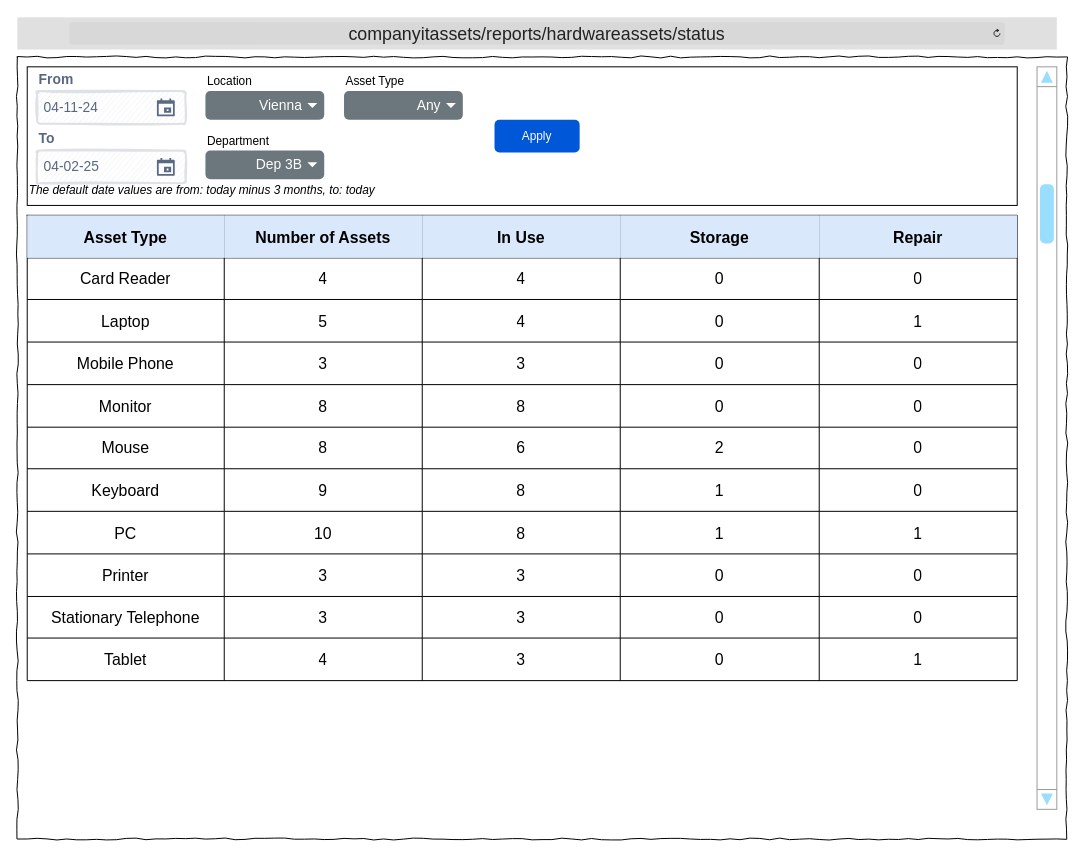
This is Wireframes/ITAT_Reports_HWStatus.drawio from TRed91/ITAssetTracking, a draw.io file, before an edit. Source tidied: cells renumbered, new cells numbered last; positions are measured from the earlier drawing's top-left corner, leaving out a move shared by most shapes. Both pictures are drawn from the tidied source at 99%, with x=0, y=0 at pixel (17, 17).
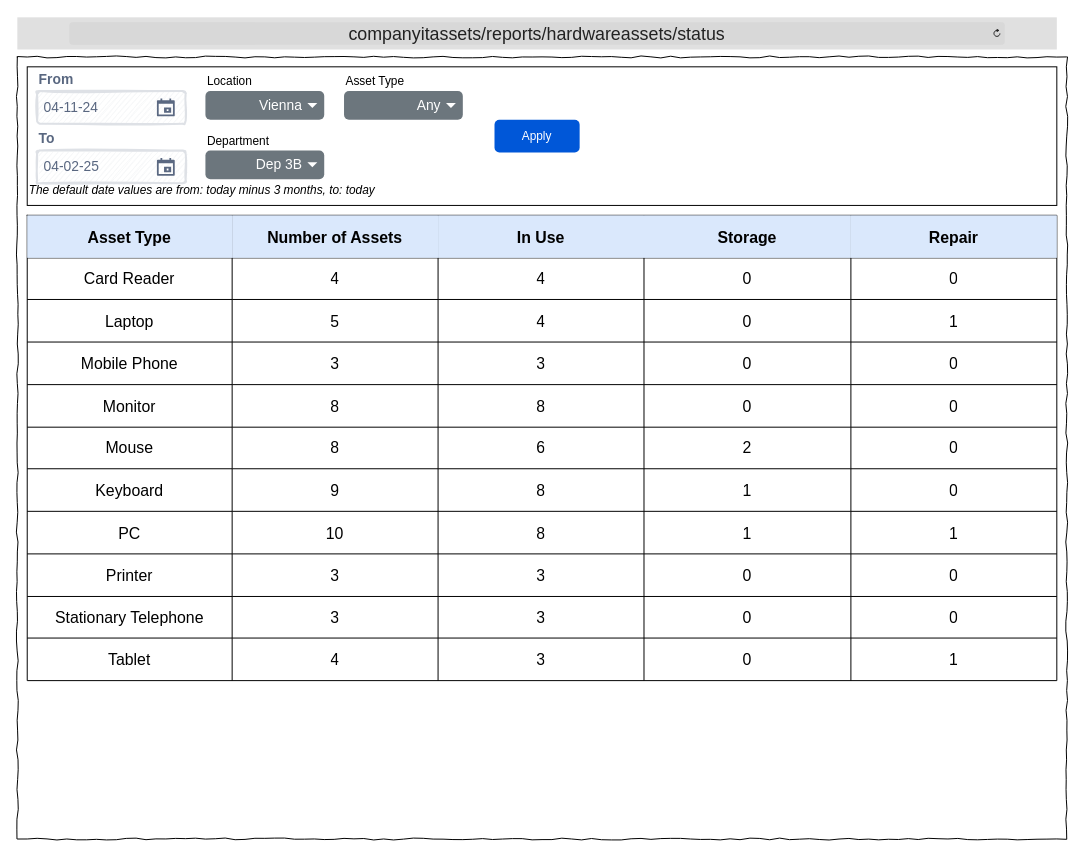
After the change.

Change to the diagram source:
```diff
@@
     <mxCell id="3" style="rounded=0;whiteSpace=wrap;html=1;fillColor=none;" parent="1" vertex="1">
-      <mxGeometry x="10" y="50" width="1000" height="140" as="geometry" />
+      <mxGeometry x="10" y="50" width="1040" height="140" as="geometry" />
     </mxCell>
@@
     <mxCell id="13" style="shape=table;startSize=0;childLayout=tableLayout;strokeColor=default;fontSize=20;fontStyle=1;align=left;" parent="1" vertex="1">
-      <mxGeometry x="10" y="200" width="1000" height="470" as="geometry" />
+      <mxGeometry x="10" y="200" width="1040" height="470" as="geometry" />
     </mxCell>
     <mxCell id="14" style="shape=tableRow;horizontal=0;startSize=0;swimlaneHead=0;swimlaneBody=0;strokeColor=inherit;top=0;left=0;bottom=0;right=0;fillColor=none;fontSize=16;" parent="13" vertex="1">
-      <mxGeometry width="1000" height="43" as="geometry" />
+      <mxGeometry width="1040" height="43" as="geometry" />
     </mxCell>
     <mxCell id="15" value="&lt;b&gt;Asset Type&lt;/b&gt;" style="shape=partialRectangle;html=1;whiteSpace=wrap;strokeColor=#6c8ebf;overflow=hidden;fillColor=#dae8fc;top=0;left=0;bottom=0;right=0;fontSize=16;" parent="14" vertex="1">
-      <mxGeometry width="199" height="43" as="geometry" />
+      <mxGeometry width="207" height="43" as="geometry" />
     </mxCell>
     <mxCell id="16" value="&lt;b&gt;Number of Assets&lt;/b&gt;" style="shape=partialRectangle;html=1;whiteSpace=wrap;strokeColor=#6c8ebf;overflow=hidden;fillColor=#dae8fc;top=0;left=0;bottom=0;right=0;fontSize=16;" parent="14" vertex="1">
-      <mxGeometry x="199" width="200" height="43" as="geometry" />
+      <mxGeometry x="207" width="208" height="43" as="geometry" />
     </mxCell>
     <mxCell id="17" value="&lt;b&gt;In Use&lt;/b&gt;" style="shape=partialRectangle;html=1;whiteSpace=wrap;strokeColor=#6c8ebf;overflow=hidden;fillColor=#dae8fc;top=0;left=0;bottom=0;right=0;fontSize=16;" parent="14" vertex="1">
-      <mxGeometry x="399" width="200" height="43" as="geometry" />
+      <mxGeometry x="415" width="208" height="43" as="geometry" />
     </mxCell>
     <mxCell id="18" value="&lt;b&gt;Storage&lt;/b&gt;" style="shape=partialRectangle;html=1;whiteSpace=wrap;strokeColor=#6c8ebf;overflow=hidden;fillColor=#dae8fc;top=0;left=0;bottom=0;right=0;fontSize=16;" parent="14" vertex="1">
-      <mxGeometry x="599" width="201" height="43" as="geometry" />
+      <mxGeometry x="623" width="209" height="43" as="geometry" />
     </mxCell>
     <mxCell id="19" value="&lt;b&gt;Repair&lt;/b&gt;" style="shape=partialRectangle;html=1;whiteSpace=wrap;strokeColor=#6c8ebf;overflow=hidden;fillColor=#dae8fc;top=0;left=0;bottom=0;right=0;fontSize=16;" parent="14" vertex="1">
-      <mxGeometry x="800" width="200" height="43" as="geometry" />
+      <mxGeometry x="832" width="208" height="43" as="geometry" />
     </mxCell>
     <mxCell id="20" style="shape=tableRow;horizontal=0;startSize=0;swimlaneHead=0;swimlaneBody=0;strokeColor=inherit;top=0;left=0;bottom=0;right=0;fillColor=none;fontSize=16;" parent="13" vertex="1">
-      <mxGeometry y="43" width="1000" height="42" as="geometry" />
+      <mxGeometry y="43" width="1040" height="42" as="geometry" />
     </mxCell>
     <mxCell id="21" value="Card Reader" style="shape=partialRectangle;html=1;whiteSpace=wrap;strokeColor=inherit;overflow=hidden;fillColor=none;top=0;left=0;bottom=0;right=0;fontSize=16;" parent="20" vertex="1">
-      <mxGeometry width="199" height="42" as="geometry" />
+      <mxGeometry width="207" height="42" as="geometry" />
     </mxCell>
     <mxCell id="22" value="4" style="shape=partialRectangle;html=1;whiteSpace=wrap;strokeColor=inherit;overflow=hidden;fillColor=none;top=0;left=0;bottom=0;right=0;fontSize=16;" parent="20" vertex="1">
-      <mxGeometry x="199" width="200" height="42" as="geometry" />
+      <mxGeometry x="207" width="208" height="42" as="geometry" />
     </mxCell>
     <mxCell id="23" value="4" style="shape=partialRectangle;html=1;whiteSpace=wrap;strokeColor=inherit;overflow=hidden;fillColor=none;top=0;left=0;bottom=0;right=0;fontSize=16;" parent="20" vertex="1">
-      <mxGeometry x="399" width="200" height="42" as="geometry" />
+      <mxGeometry x="415" width="208" height="42" as="geometry" />
     </mxCell>
     <mxCell id="24" value="0" style="shape=partialRectangle;html=1;whiteSpace=wrap;strokeColor=inherit;overflow=hidden;fillColor=none;top=0;left=0;bottom=0;right=0;fontSize=16;" parent="20" vertex="1">
-      <mxGeometry x="599" width="201" height="42" as="geometry" />
+      <mxGeometry x="623" width="209" height="42" as="geometry" />
     </mxCell>
     <mxCell id="25" value="0" style="shape=partialRectangle;html=1;whiteSpace=wrap;strokeColor=inherit;overflow=hidden;fillColor=none;top=0;left=0;bottom=0;right=0;fontSize=16;" parent="20" vertex="1">
-      <mxGeometry x="800" width="200" height="42" as="geometry" />
+      <mxGeometry x="832" width="208" height="42" as="geometry" />
     </mxCell>
     <mxCell id="26" style="shape=tableRow;horizontal=0;startSize=0;swimlaneHead=0;swimlaneBody=0;strokeColor=inherit;top=0;left=0;bottom=0;right=0;fillColor=none;fontSize=16;" parent="13" vertex="1">
-      <mxGeometry y="85" width="1000" height="43" as="geometry" />
+      <mxGeometry y="85" width="1040" height="43" as="geometry" />
     </mxCell>
     <mxCell id="27" value="Laptop" style="shape=partialRectangle;html=1;whiteSpace=wrap;strokeColor=inherit;overflow=hidden;fillColor=none;top=0;left=0;bottom=0;right=0;fontSize=16;" parent="26" vertex="1">
-      <mxGeometry width="199" height="43" as="geometry" />
+      <mxGeometry width="207" height="43" as="geometry" />
     </mxCell>
     <mxCell id="28" value="5" style="shape=partialRectangle;html=1;whiteSpace=wrap;strokeColor=inherit;overflow=hidden;fillColor=none;top=0;left=0;bottom=0;right=0;fontSize=16;" parent="26" vertex="1">
-      <mxGeometry x="199" width="200" height="43" as="geometry" />
+      <mxGeometry x="207" width="208" height="43" as="geometry" />
     </mxCell>
     <mxCell id="29" value="4" style="shape=partialRectangle;html=1;whiteSpace=wrap;strokeColor=inherit;overflow=hidden;fillColor=none;top=0;left=0;bottom=0;right=0;fontSize=16;" parent="26" vertex="1">
-      <mxGeometry x="399" width="200" height="43" as="geometry" />
+      <mxGeometry x="415" width="208" height="43" as="geometry" />
     </mxCell>
     <mxCell id="30" value="0" style="shape=partialRectangle;html=1;whiteSpace=wrap;strokeColor=inherit;overflow=hidden;fillColor=none;top=0;left=0;bottom=0;right=0;fontSize=16;" parent="26" vertex="1">
-      <mxGeometry x="599" width="201" height="43" as="geometry" />
+      <mxGeometry x="623" width="209" height="43" as="geometry" />
     </mxCell>
     <mxCell id="31" value="1" style="shape=partialRectangle;html=1;whiteSpace=wrap;strokeColor=inherit;overflow=hidden;fillColor=none;top=0;left=0;bottom=0;right=0;fontSize=16;" parent="26" vertex="1">
-      <mxGeometry x="800" width="200" height="43" as="geometry" />
+      <mxGeometry x="832" width="208" height="43" as="geometry" />
     </mxCell>
     <mxCell id="32" style="shape=tableRow;horizontal=0;startSize=0;swimlaneHead=0;swimlaneBody=0;strokeColor=inherit;top=0;left=0;bottom=0;right=0;fillColor=none;fontSize=16;" parent="13" vertex="1">
-      <mxGeometry y="128" width="1000" height="43" as="geometry" />
+      <mxGeometry y="128" width="1040" height="43" as="geometry" />
     </mxCell>
     <mxCell id="33" value="Mobile Phone" style="shape=partialRectangle;html=1;whiteSpace=wrap;strokeColor=inherit;overflow=hidden;fillColor=none;top=0;left=0;bottom=0;right=0;fontSize=16;" parent="32" vertex="1">
-      <mxGeometry width="199" height="43" as="geometry" />
+      <mxGeometry width="207" height="43" as="geometry" />
     </mxCell>
     <mxCell id="34" value="3" style="shape=partialRectangle;html=1;whiteSpace=wrap;strokeColor=inherit;overflow=hidden;fillColor=none;top=0;left=0;bottom=0;right=0;fontSize=16;" parent="32" vertex="1">
-      <mxGeometry x="199" width="200" height="43" as="geometry" />
+      <mxGeometry x="207" width="208" height="43" as="geometry" />
     </mxCell>
     <mxCell id="35" value="3" style="shape=partialRectangle;html=1;whiteSpace=wrap;strokeColor=inherit;overflow=hidden;fillColor=none;top=0;left=0;bottom=0;right=0;fontSize=16;" parent="32" vertex="1">
-      <mxGeometry x="399" width="200" height="43" as="geometry" />
+      <mxGeometry x="415" width="208" height="43" as="geometry" />
     </mxCell>
     <mxCell id="36" value="0" style="shape=partialRectangle;html=1;whiteSpace=wrap;strokeColor=inherit;overflow=hidden;fillColor=none;top=0;left=0;bottom=0;right=0;fontSize=16;" parent="32" vertex="1">
-      <mxGeometry x="599" width="201" height="43" as="geometry" />
+      <mxGeometry x="623" width="209" height="43" as="geometry" />
     </mxCell>
     <mxCell id="37" value="0" style="shape=partialRectangle;html=1;whiteSpace=wrap;strokeColor=inherit;overflow=hidden;fillColor=none;top=0;left=0;bottom=0;right=0;fontSize=16;" parent="32" vertex="1">
-      <mxGeometry x="800" width="200" height="43" as="geometry" />
+      <mxGeometry x="832" width="208" height="43" as="geometry" />
     </mxCell>
     <mxCell id="38" style="shape=tableRow;horizontal=0;startSize=0;swimlaneHead=0;swimlaneBody=0;strokeColor=inherit;top=0;left=0;bottom=0;right=0;fillColor=none;fontSize=16;" parent="13" vertex="1">
-      <mxGeometry y="171" width="1000" height="43" as="geometry" />
+      <mxGeometry y="171" width="1040" height="43" as="geometry" />
     </mxCell>
     <mxCell id="39" value="Monitor" style="shape=partialRectangle;html=1;whiteSpace=wrap;strokeColor=inherit;overflow=hidden;fillColor=none;top=0;left=0;bottom=0;right=0;fontSize=16;" parent="38" vertex="1">
-      <mxGeometry width="199" height="43" as="geometry" />
+      <mxGeometry width="207" height="43" as="geometry" />
     </mxCell>
     <mxCell id="40" value="8" style="shape=partialRectangle;html=1;whiteSpace=wrap;strokeColor=inherit;overflow=hidden;fillColor=none;top=0;left=0;bottom=0;right=0;fontSize=16;" parent="38" vertex="1">
-      <mxGeometry x="199" width="200" height="43" as="geometry" />
+      <mxGeometry x="207" width="208" height="43" as="geometry" />
     </mxCell>
     <mxCell id="41" value="8" style="shape=partialRectangle;html=1;whiteSpace=wrap;strokeColor=inherit;overflow=hidden;fillColor=none;top=0;left=0;bottom=0;right=0;fontSize=16;" parent="38" vertex="1">
-      <mxGeometry x="399" width="200" height="43" as="geometry" />
+      <mxGeometry x="415" width="208" height="43" as="geometry" />
     </mxCell>
     <mxCell id="42" value="0" style="shape=partialRectangle;html=1;whiteSpace=wrap;strokeColor=inherit;overflow=hidden;fillColor=none;top=0;left=0;bottom=0;right=0;fontSize=16;" parent="38" vertex="1">
-      <mxGeometry x="599" width="201" height="43" as="geometry" />
+      <mxGeometry x="623" width="209" height="43" as="geometry" />
     </mxCell>
     <mxCell id="43" value="0" style="shape=partialRectangle;html=1;whiteSpace=wrap;strokeColor=inherit;overflow=hidden;fillColor=none;top=0;left=0;bottom=0;right=0;fontSize=16;" parent="38" vertex="1">
-      <mxGeometry x="800" width="200" height="43" as="geometry" />
+      <mxGeometry x="832" width="208" height="43" as="geometry" />
     </mxCell>
     <mxCell id="44" style="shape=tableRow;horizontal=0;startSize=0;swimlaneHead=0;swimlaneBody=0;strokeColor=inherit;top=0;left=0;bottom=0;right=0;fillColor=none;fontSize=16;" parent="13" vertex="1">
-      <mxGeometry y="214" width="1000" height="42" as="geometry" />
+      <mxGeometry y="214" width="1040" height="42" as="geometry" />
     </mxCell>
     <mxCell id="45" value="Mouse" style="shape=partialRectangle;html=1;whiteSpace=wrap;strokeColor=inherit;overflow=hidden;fillColor=none;top=0;left=0;bottom=0;right=0;fontSize=16;" parent="44" vertex="1">
-      <mxGeometry width="199" height="42" as="geometry" />
+      <mxGeometry width="207" height="42" as="geometry" />
     </mxCell>
     <mxCell id="46" value="8" style="shape=partialRectangle;html=1;whiteSpace=wrap;strokeColor=inherit;overflow=hidden;fillColor=none;top=0;left=0;bottom=0;right=0;fontSize=16;" parent="44" vertex="1">
-      <mxGeometry x="199" width="200" height="42" as="geometry" />
+      <mxGeometry x="207" width="208" height="42" as="geometry" />
     </mxCell>
     <mxCell id="47" value="6" style="shape=partialRectangle;html=1;whiteSpace=wrap;strokeColor=inherit;overflow=hidden;fillColor=none;top=0;left=0;bottom=0;right=0;fontSize=16;" parent="44" vertex="1">
-      <mxGeometry x="399" width="200" height="42" as="geometry" />
+      <mxGeometry x="415" width="208" height="42" as="geometry" />
     </mxCell>
     <mxCell id="48" value="2" style="shape=partialRectangle;html=1;whiteSpace=wrap;strokeColor=inherit;overflow=hidden;fillColor=none;top=0;left=0;bottom=0;right=0;fontSize=16;" parent="44" vertex="1">
-      <mxGeometry x="599" width="201" height="42" as="geometry" />
+      <mxGeometry x="623" width="209" height="42" as="geometry" />
     </mxCell>
     <mxCell id="49" value="0" style="shape=partialRectangle;html=1;whiteSpace=wrap;strokeColor=inherit;overflow=hidden;fillColor=none;top=0;left=0;bottom=0;right=0;fontSize=16;" parent="44" vertex="1">
-      <mxGeometry x="800" width="200" height="42" as="geometry" />
+      <mxGeometry x="832" width="208" height="42" as="geometry" />
     </mxCell>
     <mxCell id="50" style="shape=tableRow;horizontal=0;startSize=0;swimlaneHead=0;swimlaneBody=0;strokeColor=inherit;top=0;left=0;bottom=0;right=0;fillColor=none;fontSize=16;" parent="13" vertex="1">
-      <mxGeometry y="256" width="1000" height="43" as="geometry" />
+      <mxGeometry y="256" width="1040" height="43" as="geometry" />
     </mxCell>
     <mxCell id="51" value="Keyboard" style="shape=partialRectangle;html=1;whiteSpace=wrap;strokeColor=inherit;overflow=hidden;fillColor=none;top=0;left=0;bottom=0;right=0;fontSize=16;" parent="50" vertex="1">
-      <mxGeometry width="199" height="43" as="geometry" />
+      <mxGeometry width="207" height="43" as="geometry" />
     </mxCell>
     <mxCell id="52" value="9" style="shape=partialRectangle;html=1;whiteSpace=wrap;strokeColor=inherit;overflow=hidden;fillColor=none;top=0;left=0;bottom=0;right=0;fontSize=16;" parent="50" vertex="1">
-      <mxGeometry x="199" width="200" height="43" as="geometry" />
+      <mxGeometry x="207" width="208" height="43" as="geometry" />
     </mxCell>
     <mxCell id="53" value="8" style="shape=partialRectangle;html=1;whiteSpace=wrap;strokeColor=inherit;overflow=hidden;fillColor=none;top=0;left=0;bottom=0;right=0;fontSize=16;" parent="50" vertex="1">
-      <mxGeometry x="399" width="200" height="43" as="geometry" />
+      <mxGeometry x="415" width="208" height="43" as="geometry" />
     </mxCell>
     <mxCell id="54" value="1" style="shape=partialRectangle;html=1;whiteSpace=wrap;strokeColor=inherit;overflow=hidden;fillColor=none;top=0;left=0;bottom=0;right=0;fontSize=16;" parent="50" vertex="1">
-      <mxGeometry x="599" width="201" height="43" as="geometry" />
+      <mxGeometry x="623" width="209" height="43" as="geometry" />
     </mxCell>
     <mxCell id="55" value="0" style="shape=partialRectangle;html=1;whiteSpace=wrap;strokeColor=inherit;overflow=hidden;fillColor=none;top=0;left=0;bottom=0;right=0;fontSize=16;" parent="50" vertex="1">
-      <mxGeometry x="800" width="200" height="43" as="geometry" />
+      <mxGeometry x="832" width="208" height="43" as="geometry" />
     </mxCell>
     <mxCell id="56" style="shape=tableRow;horizontal=0;startSize=0;swimlaneHead=0;swimlaneBody=0;strokeColor=inherit;top=0;left=0;bottom=0;right=0;fillColor=none;fontSize=16;" parent="13" vertex="1">
-      <mxGeometry y="299" width="1000" height="43" as="geometry" />
+      <mxGeometry y="299" width="1040" height="43" as="geometry" />
     </mxCell>
     <mxCell id="57" value="PC" style="shape=partialRectangle;html=1;whiteSpace=wrap;strokeColor=inherit;overflow=hidden;fillColor=none;top=0;left=0;bottom=0;right=0;fontSize=16;" parent="56" vertex="1">
-      <mxGeometry width="199" height="43" as="geometry" />
+      <mxGeometry width="207" height="43" as="geometry" />
     </mxCell>
     <mxCell id="58" value="10" style="shape=partialRectangle;html=1;whiteSpace=wrap;strokeColor=inherit;overflow=hidden;fillColor=none;top=0;left=0;bottom=0;right=0;fontSize=16;" parent="56" vertex="1">
-      <mxGeometry x="199" width="200" height="43" as="geometry" />
+      <mxGeometry x="207" width="208" height="43" as="geometry" />
     </mxCell>
     <mxCell id="59" value="8" style="shape=partialRectangle;html=1;whiteSpace=wrap;strokeColor=inherit;overflow=hidden;fillColor=none;top=0;left=0;bottom=0;right=0;fontSize=16;" parent="56" vertex="1">
-      <mxGeometry x="399" width="200" height="43" as="geometry" />
+      <mxGeometry x="415" width="208" height="43" as="geometry" />
     </mxCell>
     <mxCell id="60" value="1" style="shape=partialRectangle;html=1;whiteSpace=wrap;strokeColor=inherit;overflow=hidden;fillColor=none;top=0;left=0;bottom=0;right=0;fontSize=16;" parent="56" vertex="1">
-      <mxGeometry x="599" width="201" height="43" as="geometry" />
+      <mxGeometry x="623" width="209" height="43" as="geometry" />
     </mxCell>
     <mxCell id="61" value="1" style="shape=partialRectangle;html=1;whiteSpace=wrap;strokeColor=inherit;overflow=hidden;fillColor=none;top=0;left=0;bottom=0;right=0;fontSize=16;" parent="56" vertex="1">
-      <mxGeometry x="800" width="200" height="43" as="geometry" />
+      <mxGeometry x="832" width="208" height="43" as="geometry" />
     </mxCell>
     <mxCell id="62" style="shape=tableRow;horizontal=0;startSize=0;swimlaneHead=0;swimlaneBody=0;strokeColor=inherit;top=0;left=0;bottom=0;right=0;fillColor=none;fontSize=16;" parent="13" vertex="1">
-      <mxGeometry y="342" width="1000" height="43" as="geometry" />
+      <mxGeometry y="342" width="1040" height="43" as="geometry" />
     </mxCell>
     <mxCell id="63" value="Printer" style="shape=partialRectangle;html=1;whiteSpace=wrap;strokeColor=inherit;overflow=hidden;fillColor=none;top=0;left=0;bottom=0;right=0;fontSize=16;" parent="62" vertex="1">
-      <mxGeometry width="199" height="43" as="geometry" />
+      <mxGeometry width="207" height="43" as="geometry" />
     </mxCell>
     <mxCell id="64" value="3" style="shape=partialRectangle;html=1;whiteSpace=wrap;strokeColor=inherit;overflow=hidden;fillColor=none;top=0;left=0;bottom=0;right=0;fontSize=16;" parent="62" vertex="1">
-      <mxGeometry x="199" width="200" height="43" as="geometry" />
+      <mxGeometry x="207" width="208" height="43" as="geometry" />
     </mxCell>
     <mxCell id="65" value="3" style="shape=partialRectangle;html=1;whiteSpace=wrap;strokeColor=inherit;overflow=hidden;fillColor=none;top=0;left=0;bottom=0;right=0;fontSize=16;" parent="62" vertex="1">
-      <mxGeometry x="399" width="200" height="43" as="geometry" />
+      <mxGeometry x="415" width="208" height="43" as="geometry" />
     </mxCell>
     <mxCell id="66" value="0" style="shape=partialRectangle;html=1;whiteSpace=wrap;strokeColor=inherit;overflow=hidden;fillColor=none;top=0;left=0;bottom=0;right=0;fontSize=16;" parent="62" vertex="1">
-      <mxGeometry x="599" width="201" height="43" as="geometry" />
+      <mxGeometry x="623" width="209" height="43" as="geometry" />
     </mxCell>
     <mxCell id="67" value="0" style="shape=partialRectangle;html=1;whiteSpace=wrap;strokeColor=inherit;overflow=hidden;fillColor=none;top=0;left=0;bottom=0;right=0;fontSize=16;" parent="62" vertex="1">
-      <mxGeometry x="800" width="200" height="43" as="geometry" />
+      <mxGeometry x="832" width="208" height="43" as="geometry" />
     </mxCell>
     <mxCell id="68" style="shape=tableRow;horizontal=0;startSize=0;swimlaneHead=0;swimlaneBody=0;strokeColor=inherit;top=0;left=0;bottom=0;right=0;fillColor=none;fontSize=16;" parent="13" vertex="1">
-      <mxGeometry y="385" width="1000" height="42" as="geometry" />
+      <mxGeometry y="385" width="1040" height="42" as="geometry" />
     </mxCell>
     <mxCell id="69" value="Stationary Telephone" style="shape=partialRectangle;html=1;whiteSpace=wrap;strokeColor=inherit;overflow=hidden;fillColor=none;top=0;left=0;bottom=0;right=0;fontSize=16;" parent="68" vertex="1">
-      <mxGeometry width="199" height="42" as="geometry" />
+      <mxGeometry width="207" height="42" as="geometry" />
     </mxCell>
     <mxCell id="70" value="3" style="shape=partialRectangle;html=1;whiteSpace=wrap;strokeColor=inherit;overflow=hidden;fillColor=none;top=0;left=0;bottom=0;right=0;fontSize=16;" parent="68" vertex="1">
-      <mxGeometry x="199" width="200" height="42" as="geometry" />
+      <mxGeometry x="207" width="208" height="42" as="geometry" />
     </mxCell>
     <mxCell id="71" value="3" style="shape=partialRectangle;html=1;whiteSpace=wrap;strokeColor=inherit;overflow=hidden;fillColor=none;top=0;left=0;bottom=0;right=0;fontSize=16;" parent="68" vertex="1">
-      <mxGeometry x="399" width="200" height="42" as="geometry" />
+      <mxGeometry x="415" width="208" height="42" as="geometry" />
     </mxCell>
     <mxCell id="72" value="0" style="shape=partialRectangle;html=1;whiteSpace=wrap;strokeColor=inherit;overflow=hidden;fillColor=none;top=0;left=0;bottom=0;right=0;fontSize=16;" parent="68" vertex="1">
-      <mxGeometry x="599" width="201" height="42" as="geometry" />
+      <mxGeometry x="623" width="209" height="42" as="geometry" />
     </mxCell>
     <mxCell id="73" value="0" style="shape=partialRectangle;html=1;whiteSpace=wrap;strokeColor=inherit;overflow=hidden;fillColor=none;top=0;left=0;bottom=0;right=0;fontSize=16;" parent="68" vertex="1">
-      <mxGeometry x="800" width="200" height="42" as="geometry" />
+      <mxGeometry x="832" width="208" height="42" as="geometry" />
     </mxCell>
     <mxCell id="74" style="shape=tableRow;horizontal=0;startSize=0;swimlaneHead=0;swimlaneBody=0;strokeColor=inherit;top=0;left=0;bottom=0;right=0;fillColor=none;fontSize=16;" parent="13" vertex="1">
-      <mxGeometry y="427" width="1000" height="43" as="geometry" />
+      <mxGeometry y="427" width="1040" height="43" as="geometry" />
     </mxCell>
     <mxCell id="75" value="Tablet" style="shape=partialRectangle;html=1;whiteSpace=wrap;strokeColor=inherit;overflow=hidden;fillColor=none;top=0;left=0;bottom=0;right=0;fontSize=16;" parent="74" vertex="1">
-      <mxGeometry width="199" height="43" as="geometry" />
+      <mxGeometry width="207" height="43" as="geometry" />
     </mxCell>
     <mxCell id="76" value="4" style="shape=partialRectangle;html=1;whiteSpace=wrap;strokeColor=inherit;overflow=hidden;fillColor=none;top=0;left=0;bottom=0;right=0;fontSize=16;" parent="74" vertex="1">
-      <mxGeometry x="199" width="200" height="43" as="geometry" />
+      <mxGeometry x="207" width="208" height="43" as="geometry" />
     </mxCell>
     <mxCell id="77" value="3" style="shape=partialRectangle;html=1;whiteSpace=wrap;strokeColor=inherit;overflow=hidden;fillColor=none;top=0;left=0;bottom=0;right=0;fontSize=16;" parent="74" vertex="1">
-      <mxGeometry x="399" width="200" height="43" as="geometry" />
+      <mxGeometry x="415" width="208" height="43" as="geometry" />
     </mxCell>
     <mxCell id="78" value="0" style="shape=partialRectangle;html=1;whiteSpace=wrap;strokeColor=inherit;overflow=hidden;fillColor=none;top=0;left=0;bottom=0;right=0;fontSize=16;" parent="74" vertex="1">
-      <mxGeometry x="599" width="201" height="43" as="geometry" />
+      <mxGeometry x="623" width="209" height="43" as="geometry" />
     </mxCell>
     <mxCell id="79" value="1" style="shape=partialRectangle;html=1;whiteSpace=wrap;strokeColor=inherit;overflow=hidden;fillColor=none;top=0;left=0;bottom=0;right=0;fontSize=16;" parent="74" vertex="1">
-      <mxGeometry x="800" width="200" height="43" as="geometry" />
+      <mxGeometry x="832" width="208" height="43" as="geometry" />
     </mxCell>
-    <mxCell id="80" style="verticalLabelPosition=bottom;shadow=0;dashed=0;align=center;html=1;verticalAlign=top;strokeWidth=1;shape=mxgraph.mockup.navigation.scrollBar;strokeColor=#999999;barPos=84.842;fillColor2=#99ddff;strokeColor2=none;direction=north;" parent="1" vertex="1">
-      <mxGeometry x="1030" y="50" width="20" height="750" as="geometry" />
-    </mxCell>
```
